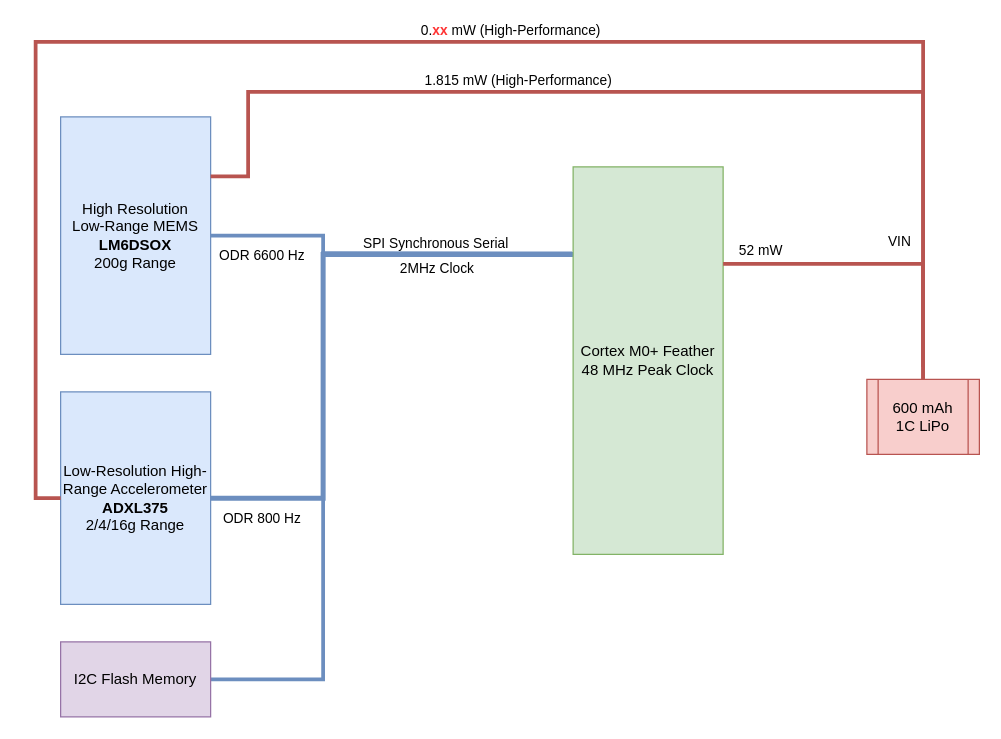
ceugomez/wiigls keeps this draw.io diagram as functionalblockdiagram-102722.drawio. Above is the earlier version. Source tidied: cells renumbered, new cells numbered last; positions are measured from the earlier drawing's top-left corner, leaving out a move shared by most shapes. Both pictures are drawn from the tidied source at 125%, with x=0, y=0 at pixel (35, 41).
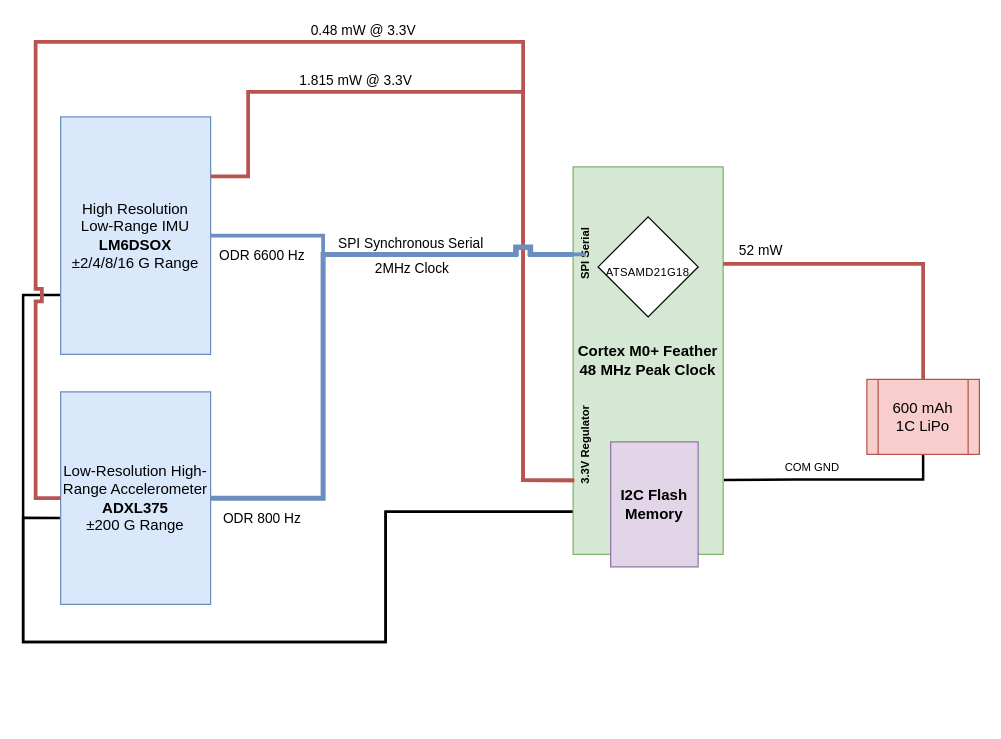
Above is the later version.

What changed in the source:
```diff
@@
-    <mxCell id="2" style="edgeStyle=orthogonalEdgeStyle;rounded=0;jettySize=auto;html=1;exitX=1;exitY=0.5;exitDx=0;exitDy=0;entryX=0.083;entryY=0.226;entryDx=0;entryDy=0;entryPerimeter=0;fillColor=#dae8fc;strokeColor=#6c8ebf;strokeWidth=3;endArrow=none;endFill=0;" parent="1" edge="1" source="4" target="9">
-      <mxGeometry relative="1" as="geometry">
-        <Array as="points">
-          <mxPoint x="230" y="155" />
-          <mxPoint x="230" y="170" />
-        </Array>
-      </mxGeometry>
-    </mxCell>
-    <mxCell id="3" value="ODR 6600 Hz" style="edgeLabel;html=1;align=center;verticalAlign=middle;" parent="2" vertex="1">
-      <mxGeometry x="-0.78" y="2" relative="1" as="geometry">
-        <mxPoint x="5" y="17" as="offset" />
-      </mxGeometry>
-    </mxCell>
+    <mxCell id="20" style="edgeStyle=orthogonalEdgeStyle;rounded=0;jumpStyle=sharp;jettySize=auto;html=1;exitX=0;exitY=0.75;exitDx=0;exitDy=0;entryX=0;entryY=0.89;entryDx=0;entryDy=0;entryPerimeter=0;strokeWidth=2;fontFamily=Helvetica;fontSize=9;endArrow=none;endFill=0;" parent="1" edge="1" source="4" target="9">
+      <mxGeometry relative="1" as="geometry">
+        <Array as="points">
+          <mxPoint x="-10" y="203" />
+          <mxPoint x="-10" y="480" />
+          <mxPoint x="280" y="480" />
+          <mxPoint x="280" y="376" />
+        </Array>
+      </mxGeometry>
+    </mxCell>
-    <mxCell id="4" value="High Resolution&lt;br&gt;Low-Range MEMS&lt;br&gt;&lt;b&gt;LM6DSOX&lt;/b&gt;&lt;br&gt;200g Range&lt;br&gt;" style="rounded=0;whiteSpace=wrap;html=1;fillColor=#dae8fc;strokeColor=#6c8ebf;" parent="1" vertex="1">
+    <mxCell id="4" value="High Resolution&lt;br&gt;Low-Range IMU&lt;br&gt;&lt;b&gt;LM6DSOX&lt;/b&gt;&lt;br&gt;±2/4/8/16 G Range" style="rounded=0;whiteSpace=wrap;html=1;fillColor=#dae8fc;strokeColor=#6c8ebf;fontFamily=Helvetica;" parent="1" vertex="1">
       <mxGeometry x="20" y="60" width="120" height="190" as="geometry" />
     </mxCell>
-    <mxCell id="5" style="edgeStyle=orthogonalEdgeStyle;rounded=0;jettySize=auto;html=1;exitX=1;exitY=0.5;exitDx=0;exitDy=0;fillColor=#dae8fc;strokeColor=#6c8ebf;strokeWidth=4;endArrow=none;endFill=0;" parent="1" edge="1" source="8">
-      <mxGeometry relative="1" as="geometry">
-        <mxPoint x="430" y="170" as="targetPoint" />
-        <Array as="points">
-          <mxPoint x="230" y="365" />
-          <mxPoint x="230" y="170" />
-        </Array>
-      </mxGeometry>
-    </mxCell>
-    <mxCell id="6" value="SPI Synchronous Serial" style="edgeLabel;html=1;align=center;verticalAlign=middle;" parent="5" vertex="1">
-      <mxGeometry x="0.32" y="3" relative="1" as="geometry">
-        <mxPoint x="54" y="-7" as="offset" />
-      </mxGeometry>
-    </mxCell>
-    <mxCell id="7" value="2MHz Clock" style="edgeLabel;html=1;align=center;verticalAlign=middle;" parent="5" vertex="1">
-      <mxGeometry x="0.39" y="1" relative="1" as="geometry">
-        <mxPoint x="38" y="11" as="offset" />
-      </mxGeometry>
-    </mxCell>
-    <mxCell id="8" value="Low-Resolution High-Range Accelerometer&lt;br&gt;&lt;b&gt;ADXL375&lt;/b&gt;&lt;br&gt;2/4/16g Range" style="rounded=0;whiteSpace=wrap;html=1;fillColor=#dae8fc;strokeColor=#6c8ebf;" parent="1" vertex="1">
+    <mxCell id="8" value="Low-Resolution High-Range Accelerometer&lt;br&gt;&lt;b&gt;ADXL375&lt;/b&gt;&lt;br&gt;±200 G Range" style="rounded=0;whiteSpace=wrap;html=1;fillColor=#dae8fc;strokeColor=#6c8ebf;fontFamily=Helvetica;" parent="1" vertex="1">
       <mxGeometry x="20" y="280" width="120" height="170" as="geometry" />
     </mxCell>
+    <mxCell id="21" style="edgeStyle=orthogonalEdgeStyle;rounded=0;jumpStyle=sharp;jettySize=auto;html=1;exitX=0;exitY=0.89;exitDx=0;exitDy=0;exitPerimeter=0;entryX=-0.005;entryY=0.593;entryDx=0;entryDy=0;strokeWidth=2;fontFamily=Helvetica;fontSize=9;endArrow=none;endFill=0;entryPerimeter=0;" parent="1" edge="1" source="9" target="8">
+      <mxGeometry relative="1" as="geometry">
+        <Array as="points">
+          <mxPoint x="280" y="376" />
+          <mxPoint x="280" y="480" />
+          <mxPoint x="-10" y="480" />
+          <mxPoint x="-10" y="380" />
+          <mxPoint x="19" y="380" />
+        </Array>
+      </mxGeometry>
+    </mxCell>
-    <mxCell id="9" value="Cortex M0+ Feather&lt;br&gt;48 MHz Peak Clock&lt;br&gt;" style="rounded=0;whiteSpace=wrap;html=1;fillColor=#d5e8d4;strokeColor=#82b366;" parent="1" vertex="1">
+    <mxCell id="9" value="Cortex M0+ Feather&lt;br&gt;48 MHz Peak Clock&lt;br&gt;" style="rounded=0;whiteSpace=wrap;html=1;fillColor=#d5e8d4;strokeColor=#82b366;fontFamily=Helvetica;fontStyle=1;points=[[0,0,0,0,0],[0,0.25,0,0,0],[0,0.5,0,0,0],[0,0.75,0,0,0],[0,0.89,0,0,0],[0,1,0,0,0],[0.25,0,0,0,0],[0.25,1,0,0,0],[0.5,0,0,0,0],[0.5,1,0,0,0],[0.75,0,0,0,0],[0.75,1,0,0,0],[1,0,0,0,0],[1,0.25,0,0,0],[1,0.5,0,0,0],[1,0.75,0,0,0],[1,1,0,0,0]];" parent="1" vertex="1">
       <mxGeometry x="430" y="100" width="120" height="310" as="geometry" />
     </mxCell>
-    <mxCell id="10" style="edgeStyle=orthogonalEdgeStyle;rounded=0;jettySize=auto;html=1;entryX=-0.006;entryY=0.223;entryDx=0;entryDy=0;entryPerimeter=0;fillColor=#dae8fc;strokeColor=#6c8ebf;strokeWidth=3;endArrow=none;endFill=0;" parent="1" edge="1" source="11" target="9">
-      <mxGeometry relative="1" as="geometry">
-        <Array as="points">
-          <mxPoint x="230" y="510" />
-          <mxPoint x="230" y="169" />
-        </Array>
-      </mxGeometry>
-    </mxCell>
-    <mxCell id="11" value="I2C Flash Memory" style="rounded=0;whiteSpace=wrap;html=1;fillColor=#e1d5e7;strokeColor=#9673a6;" parent="1" vertex="1">
-      <mxGeometry x="20" y="480" width="120" height="60" as="geometry" />
+    <mxCell id="11" value="I2C Flash Memory" style="rounded=0;whiteSpace=wrap;html=1;fillColor=#e1d5e7;strokeColor=#9673a6;fontFamily=Helvetica;fontStyle=1;" parent="1" vertex="1">
+      <mxGeometry x="460" y="320" width="70" height="100" as="geometry" />
     </mxCell>
-    <mxCell id="12" value="ODR 800 Hz" style="edgeLabel;html=1;align=center;verticalAlign=middle;" parent="1" vertex="1">
+    <mxCell id="12" value="ODR 800 Hz" style="edgeLabel;html=1;align=center;verticalAlign=middle;fontFamily=Helvetica;" parent="1" vertex="1">
       <mxGeometry x="180" y="380" as="geometry" />
     </mxCell>
-    <mxCell id="13" value="VIN" style="edgeStyle=orthogonalEdgeStyle;rounded=0;jettySize=auto;html=1;exitX=0.5;exitY=0;exitDx=0;exitDy=0;entryX=1;entryY=0.25;entryDx=0;entryDy=0;strokeWidth=3;endArrow=none;endFill=0;fillColor=#f8cecc;strokeColor=#b85450;" parent="1" edge="1" source="17" target="9">
+    <mxCell id="13" style="edgeStyle=orthogonalEdgeStyle;rounded=0;jettySize=auto;html=1;exitX=0.5;exitY=0;exitDx=0;exitDy=0;entryX=1;entryY=0.25;entryDx=0;entryDy=0;strokeWidth=3;endArrow=none;endFill=0;fillColor=#f8cecc;strokeColor=#b85450;fontFamily=Helvetica;" parent="1" edge="1" source="17" target="9">
       <mxGeometry x="-0.11" y="-18" relative="1" as="geometry" />
     </mxCell>
-    <mxCell id="14" value="52 mW" style="edgeLabel;html=1;align=center;verticalAlign=middle;" parent="13" vertex="1">
+    <mxCell id="14" value="52 mW" style="edgeLabel;html=1;align=center;verticalAlign=middle;fontFamily=Helvetica;" parent="13" vertex="1">
       <mxGeometry x="0.59" y="-3" relative="1" as="geometry">
         <mxPoint x="-22" y="-8" as="offset" />
       </mxGeometry>
     </mxCell>
+    <mxCell id="22" style="edgeStyle=orthogonalEdgeStyle;rounded=0;jettySize=auto;html=1;exitX=0.5;exitY=1;exitDx=0;exitDy=0;entryX=1.005;entryY=0.808;entryDx=0;entryDy=0;entryPerimeter=0;fontFamily=Helvetica;fontSize=9;endArrow=none;endFill=0;strokeWidth=2;" parent="1" edge="1" source="17" target="9">
+      <mxGeometry relative="1" as="geometry" />
+    </mxCell>
+    <mxCell id="23" value="COM GND" style="edgeLabel;html=1;align=center;verticalAlign=middle;fontSize=9;fontFamily=Helvetica;" parent="22" vertex="1">
+      <mxGeometry x="0.07" y="1" relative="1" as="geometry">
+        <mxPoint x="-14" y="-11" as="offset" />
+      </mxGeometry>
+    </mxCell>
+    <mxCell id="17" value="600 mAh&lt;br&gt;1C LiPo" style="shape=process;whiteSpace=wrap;html=1;backgroundOutline=1;fillColor=#f8cecc;strokeColor=#b85450;fontFamily=Helvetica;" parent="1" vertex="1">
+      <mxGeometry x="665" y="270" width="90" height="60" as="geometry" />
+    </mxCell>
+    <mxCell id="24" value="&lt;p style=&quot;&quot;&gt;&lt;span style=&quot;letter-spacing: 0.28px; text-align: left;&quot;&gt;&lt;font style=&quot;font-size: 9px;&quot;&gt;ATSAMD21G18&lt;/font&gt;&lt;/span&gt;&lt;/p&gt;" style="rhombus;whiteSpace=wrap;html=1;fontSize=20;fillColor=default;fontFamily=Helvetica;" parent="1" vertex="1">
+      <mxGeometry x="450" y="140" width="80" height="80" as="geometry" />
+    </mxCell>
+    <mxCell id="25" value="SPI Serial" style="text;html=1;align=center;verticalAlign=middle;strokeColor=none;fillColor=none;fontSize=9;fontFamily=Helvetica;rotation=-90;fontStyle=1;" parent="1" vertex="1">
+      <mxGeometry x="410" y="160" width="60" height="20" as="geometry" />
+    </mxCell>
+    <mxCell id="26" value="3.3V Regulator" style="text;html=1;align=center;verticalAlign=middle;points=[];strokeColor=none;fillColor=none;fontSize=9;fontFamily=Helvetica;rotation=-90;fontStyle=1;" parent="1" vertex="1">
+      <mxGeometry x="395" y="313" width="90" height="20" as="geometry" />
+    </mxCell>
+    <mxCell id="18" style="edgeStyle=orthogonalEdgeStyle;rounded=0;jettySize=auto;html=1;entryX=1;entryY=0.25;entryDx=0;entryDy=0;strokeWidth=3;endArrow=none;endFill=0;fillColor=#f8cecc;strokeColor=#b85450;exitX=0.192;exitY=-0.008;exitDx=0;exitDy=0;exitPerimeter=0;fontFamily=Helvetica;jumpStyle=none;" parent="1" edge="1" source="26" target="4">
+      <mxGeometry relative="1" as="geometry">
+        <Array as="points">
+          <mxPoint x="390" y="351" />
+          <mxPoint x="390" y="40" />
+          <mxPoint x="170" y="40" />
+          <mxPoint x="170" y="108" />
+        </Array>
+      </mxGeometry>
+    </mxCell>
+    <mxCell id="19" value="1.815 mW @ 3.3V" style="edgeLabel;html=1;align=center;verticalAlign=middle;fontFamily=Helvetica;" parent="18" vertex="1">
+      <mxGeometry x="0.27" y="-1" relative="1" as="geometry">
+        <mxPoint x="-61" y="-9" as="offset" />
+      </mxGeometry>
+    </mxCell>
-    <mxCell id="15" style="edgeStyle=orthogonalEdgeStyle;rounded=0;jettySize=auto;html=1;entryX=0;entryY=0.5;entryDx=0;entryDy=0;strokeWidth=3;endArrow=none;endFill=0;fillColor=#f8cecc;strokeColor=#b85450;" parent="1" edge="1" source="17" target="8">
+    <mxCell id="15" style="edgeStyle=orthogonalEdgeStyle;rounded=0;jettySize=auto;html=1;entryX=0;entryY=0.5;entryDx=0;entryDy=0;strokeWidth=3;endArrow=none;endFill=0;fillColor=#f8cecc;strokeColor=#b85450;exitX=0.192;exitY=0.053;exitDx=0;exitDy=0;exitPerimeter=0;fontFamily=Helvetica;jumpStyle=sharp;" parent="1" edge="1" source="26" target="8">
       <mxGeometry relative="1" as="geometry">
         <Array as="points">
-          <mxPoint x="710" />
+          <mxPoint x="390" y="351" />
+          <mxPoint x="390" />
           <mxPoint />
           <mxPoint y="365" />
         </Array>
       </mxGeometry>
     </mxCell>
-    <mxCell id="16" value="0.&lt;font color=&quot;#ff3333&quot;&gt;&lt;b&gt;xx &lt;/b&gt;&lt;/font&gt;mW (High-Performance)" style="edgeLabel;html=1;align=center;verticalAlign=middle;" parent="15" vertex="1">
+    <mxCell id="16" value="0.48 mW @ 3.3V" style="edgeLabel;html=1;align=center;verticalAlign=middle;fontFamily=Helvetica;" parent="15" vertex="1">
       <mxGeometry x="0.01" relative="1" as="geometry">
-        <mxPoint x="88" y="-10" as="offset" />
+        <mxPoint x="69" y="-10" as="offset" />
       </mxGeometry>
     </mxCell>
-    <mxCell id="17" value="600 mAh&lt;br&gt;1C LiPo" style="shape=process;whiteSpace=wrap;html=1;backgroundOutline=1;fillColor=#f8cecc;strokeColor=#b85450;" parent="1" vertex="1">
-      <mxGeometry x="665" y="270" width="90" height="60" as="geometry" />
-    </mxCell>
-    <mxCell id="18" style="edgeStyle=orthogonalEdgeStyle;rounded=0;jettySize=auto;html=1;entryX=1;entryY=0.25;entryDx=0;entryDy=0;strokeWidth=3;endArrow=none;endFill=0;fillColor=#f8cecc;strokeColor=#b85450;" parent="1" edge="1" target="4">
-      <mxGeometry relative="1" as="geometry">
-        <mxPoint x="710" y="260" as="sourcePoint" />
-        <Array as="points">
-          <mxPoint x="710" y="40" />
-          <mxPoint x="170" y="40" />
-          <mxPoint x="170" y="108" />
-          <mxPoint x="140" y="108" />
-        </Array>
-      </mxGeometry>
-    </mxCell>
-    <mxCell id="19" value="1.815 mW (High-Performance)" style="edgeLabel;html=1;align=center;verticalAlign=middle;" parent="18" vertex="1">
-      <mxGeometry x="0.27" y="-1" relative="1" as="geometry">
-        <mxPoint y="-9" as="offset" />
-      </mxGeometry>
-    </mxCell>
+    <mxCell id="5" style="edgeStyle=orthogonalEdgeStyle;rounded=0;jettySize=auto;html=1;exitX=1;exitY=0.5;exitDx=0;exitDy=0;fillColor=#dae8fc;strokeColor=#6c8ebf;strokeWidth=4;endArrow=none;endFill=0;fontFamily=Helvetica;jumpStyle=sharp;" parent="1" edge="1" source="8">
+      <mxGeometry relative="1" as="geometry">
+        <mxPoint x="430" y="170" as="targetPoint" />
+        <Array as="points">
+          <mxPoint x="230" y="365" />
+          <mxPoint x="230" y="170" />
+        </Array>
+      </mxGeometry>
+    </mxCell>
+    <mxCell id="6" value="SPI Synchronous Serial" style="edgeLabel;html=1;align=center;verticalAlign=middle;fontFamily=Helvetica;" parent="5" vertex="1">
+      <mxGeometry x="0.32" y="3" relative="1" as="geometry">
+        <mxPoint x="34" y="-7" as="offset" />
+      </mxGeometry>
+    </mxCell>
+    <mxCell id="7" value="2MHz Clock" style="edgeLabel;html=1;align=center;verticalAlign=middle;fontFamily=Helvetica;" parent="5" vertex="1">
+      <mxGeometry x="0.39" y="1" relative="1" as="geometry">
+        <mxPoint x="18" y="11" as="offset" />
+      </mxGeometry>
+    </mxCell>
+    <mxCell id="2" style="edgeStyle=orthogonalEdgeStyle;rounded=0;jettySize=auto;html=1;exitX=1;exitY=0.5;exitDx=0;exitDy=0;entryX=0.083;entryY=0.226;entryDx=0;entryDy=0;entryPerimeter=0;fillColor=#dae8fc;strokeColor=#6c8ebf;strokeWidth=3;endArrow=none;endFill=0;fontFamily=Helvetica;jumpStyle=sharp;" parent="1" edge="1" source="4" target="9">
+      <mxGeometry relative="1" as="geometry">
+        <Array as="points">
+          <mxPoint x="230" y="155" />
+          <mxPoint x="230" y="170" />
+        </Array>
+      </mxGeometry>
+    </mxCell>
+    <mxCell id="3" value="ODR 6600 Hz" style="edgeLabel;html=1;align=center;verticalAlign=middle;fontFamily=Helvetica;" parent="2" vertex="1">
+      <mxGeometry x="-0.78" y="2" relative="1" as="geometry">
+        <mxPoint x="5" y="17" as="offset" />
+      </mxGeometry>
+    </mxCell>
```
